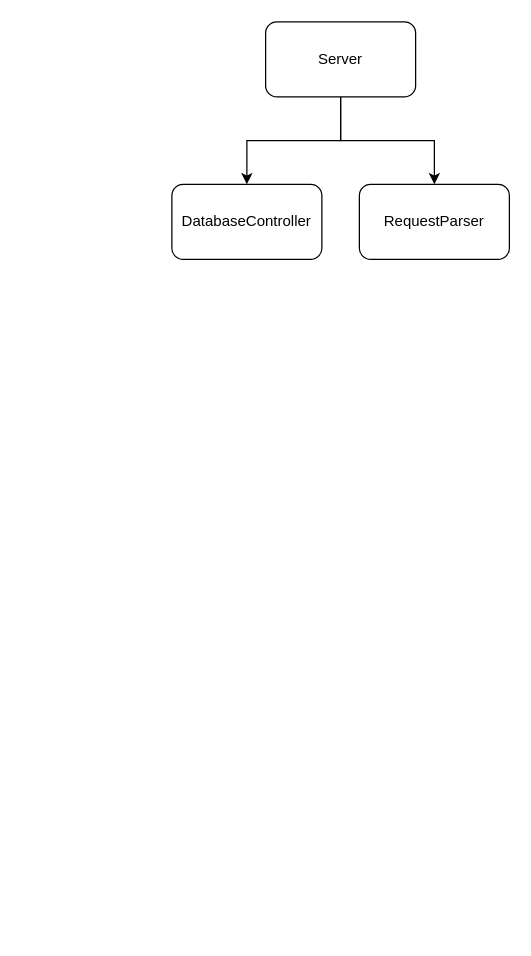
Before: server.drawio in lucky-rydar/miMessage, a draw.io diagram. Source tidied: cells renumbered, new cells numbered last; positions are measured from the earlier drawing's top-left corner, leaving out a move shared by most shapes. Both pictures are drawn from the tidied source at 125%, with x=0, y=0 at pixel (171, 21).
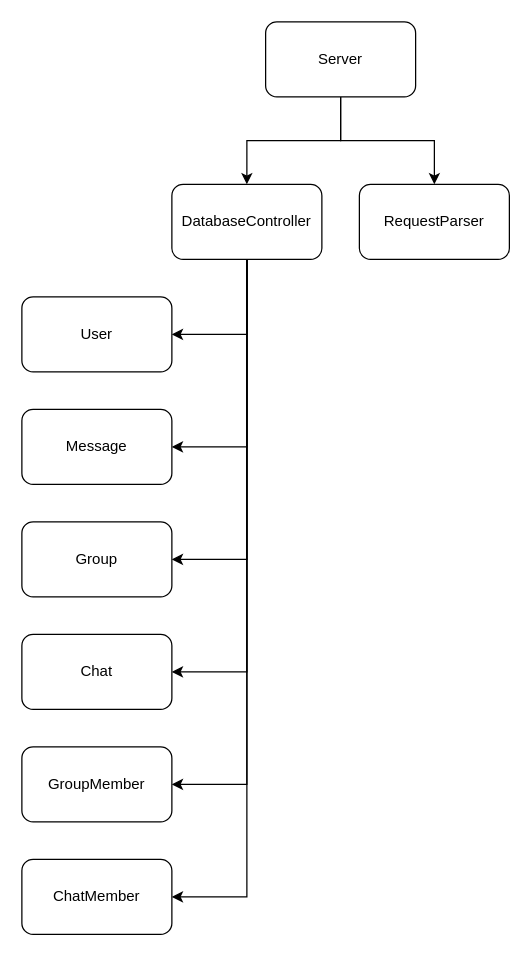
The same diagram, later.

Commit message (it also covers changes not shown here):
Added User class and updated UML for server

Change to the diagram source:
```diff
@@
 <mxGraphModel>
   <root>
     <mxCell id="0" />
     <mxCell id="1" parent="0" />
     <mxCell id="2" style="edgeStyle=orthogonalEdgeStyle;rounded=0;jettySize=auto;html=1;" parent="1" edge="1" source="4" target="5">
       <mxGeometry relative="1" as="geometry" />
     </mxCell>
     <mxCell id="3" style="edgeStyle=orthogonalEdgeStyle;rounded=0;jettySize=auto;html=1;exitX=0.5;exitY=1;exitDx=0;exitDy=0;" parent="1" edge="1" source="4" target="6">
       <mxGeometry relative="1" as="geometry" />
     </mxCell>
     <mxCell id="4" value="Server" style="rounded=1;whiteSpace=wrap;html=1;" parent="1" vertex="1">
       <mxGeometry x="75" width="120" height="60" as="geometry" />
     </mxCell>
     <mxCell id="5" value="RequestParser" style="rounded=1;whiteSpace=wrap;html=1;" parent="1" vertex="1">
       <mxGeometry x="150" y="130" width="120" height="60" as="geometry" />
     </mxCell>
+    <mxCell id="7" style="edgeStyle=orthogonalEdgeStyle;rounded=0;jettySize=auto;html=1;exitX=0.5;exitY=1;exitDx=0;exitDy=0;entryX=1;entryY=0.5;entryDx=0;entryDy=0;" parent="1" edge="1" source="6" target="13">
+      <mxGeometry relative="1" as="geometry" />
+    </mxCell>
+    <mxCell id="8" style="edgeStyle=orthogonalEdgeStyle;rounded=0;jettySize=auto;html=1;entryX=1;entryY=0.5;entryDx=0;entryDy=0;" parent="1" edge="1" source="6" target="14">
+      <mxGeometry relative="1" as="geometry" />
+    </mxCell>
+    <mxCell id="9" style="edgeStyle=orthogonalEdgeStyle;rounded=0;jettySize=auto;html=1;entryX=1;entryY=0.5;entryDx=0;entryDy=0;" parent="1" edge="1" source="6" target="15">
+      <mxGeometry relative="1" as="geometry" />
+    </mxCell>
+    <mxCell id="10" style="edgeStyle=orthogonalEdgeStyle;rounded=0;jettySize=auto;html=1;entryX=1;entryY=0.5;entryDx=0;entryDy=0;" parent="1" edge="1" source="6" target="16">
+      <mxGeometry relative="1" as="geometry" />
+    </mxCell>
+    <mxCell id="11" style="edgeStyle=orthogonalEdgeStyle;rounded=0;jettySize=auto;html=1;entryX=1;entryY=0.5;entryDx=0;entryDy=0;" parent="1" edge="1" source="6" target="17">
+      <mxGeometry relative="1" as="geometry" />
+    </mxCell>
+    <mxCell id="12" style="edgeStyle=orthogonalEdgeStyle;rounded=0;jettySize=auto;html=1;entryX=1;entryY=0.5;entryDx=0;entryDy=0;" parent="1" edge="1" source="6" target="18">
+      <mxGeometry relative="1" as="geometry" />
+    </mxCell>
     <mxCell id="6" value="DatabaseController" style="rounded=1;whiteSpace=wrap;html=1;" parent="1" vertex="1">
       <mxGeometry y="130" width="120" height="60" as="geometry" />
     </mxCell>
+    <mxCell id="13" value="User" style="rounded=1;whiteSpace=wrap;html=1;" parent="1" vertex="1">
+      <mxGeometry x="-120" y="220" width="120" height="60" as="geometry" />
+    </mxCell>
+    <mxCell id="14" value="Message" style="rounded=1;whiteSpace=wrap;html=1;" parent="1" vertex="1">
+      <mxGeometry x="-120" y="310" width="120" height="60" as="geometry" />
+    </mxCell>
+    <mxCell id="15" value="Group" style="rounded=1;whiteSpace=wrap;html=1;" parent="1" vertex="1">
+      <mxGeometry x="-120" y="400" width="120" height="60" as="geometry" />
+    </mxCell>
+    <mxCell id="16" value="Chat" style="rounded=1;whiteSpace=wrap;html=1;" parent="1" vertex="1">
+      <mxGeometry x="-120" y="490" width="120" height="60" as="geometry" />
+    </mxCell>
+    <mxCell id="17" value="GroupMember" style="rounded=1;whiteSpace=wrap;html=1;" parent="1" vertex="1">
+      <mxGeometry x="-120" y="580" width="120" height="60" as="geometry" />
+    </mxCell>
+    <mxCell id="18" value="ChatMember" style="rounded=1;whiteSpace=wrap;html=1;" parent="1" vertex="1">
+      <mxGeometry x="-120" y="670" width="120" height="60" as="geometry" />
+    </mxCell>
   </root>
 </mxGraphModel>
```
